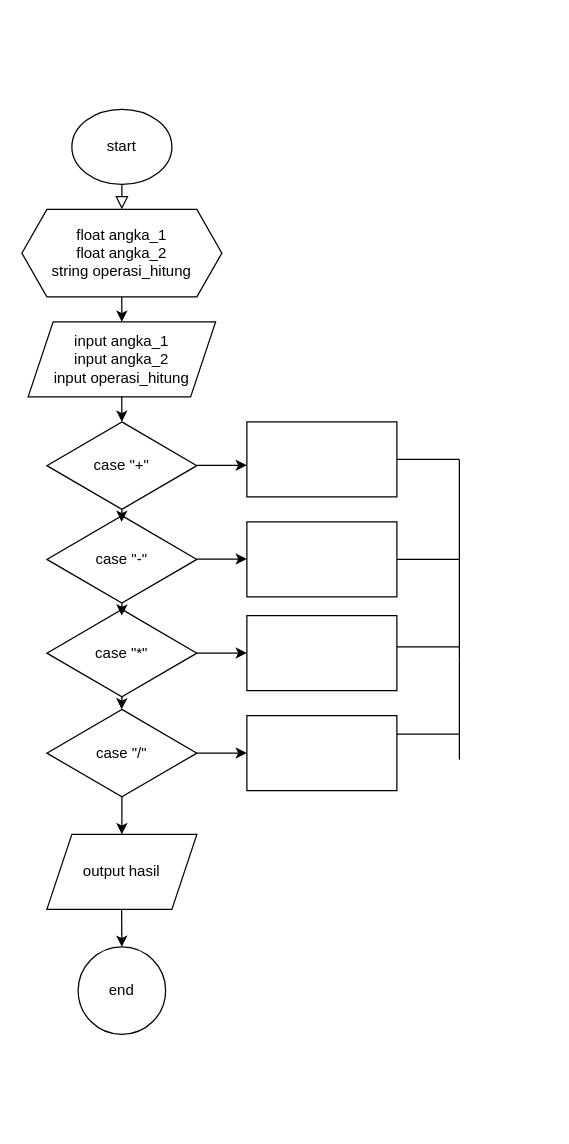
Above: Untitled Diagram.drawio in keidiedhere/MICRO-QUIZ-2 (draw.io), before the change. Source tidied: cells renumbered, new cells numbered last; positions are measured from the earlier drawing's top-left corner, leaving out a move shared by most shapes. Both pictures are drawn from the tidied source at 125%, with x=0, y=0 at pixel (21, 109).
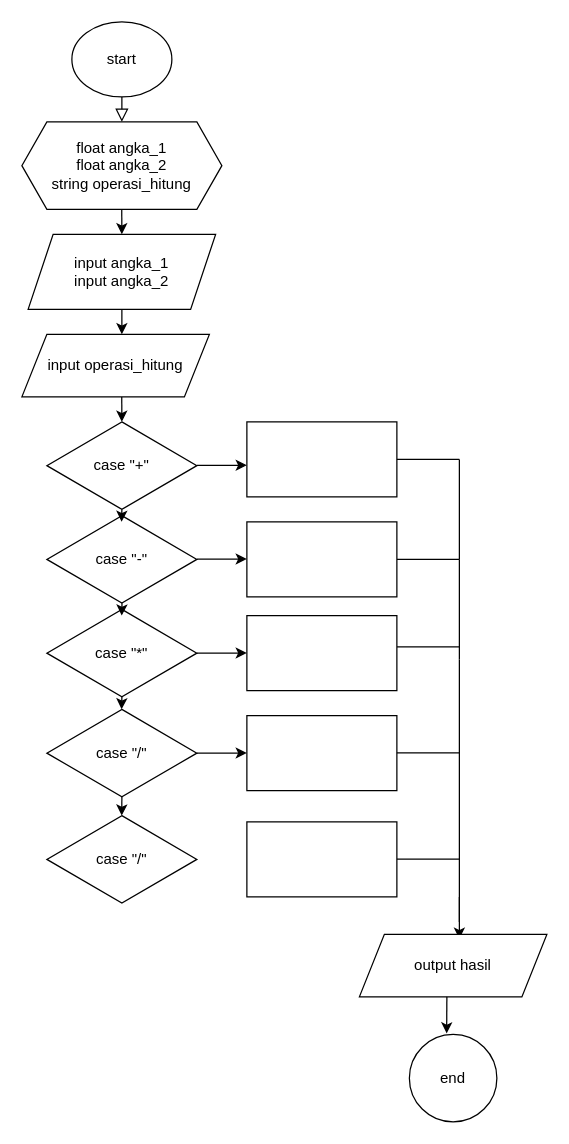
After the change.

Commit message:
Update flowchart calc

The change refers to these unchanged cells:
```xml
<mxCell id="27" value="case &quot;/&quot;" style="rhombus;whiteSpace=wrap;html=1;" parent="1" vertex="1">
  <mxGeometry x="20" y="480" width="120" height="70" as="geometry" />
</mxCell>
```

Diff of the diagram source:
```diff
@@
     <mxCell id="2" style="rounded=0;html=1;jettySize=auto;orthogonalLoop=1;fontSize=11;endArrow=block;endFill=0;endSize=8;strokeWidth=1;shadow=0;labelBackgroundColor=none;edgeStyle=orthogonalEdgeStyle;" parent="1" edge="1">
       <mxGeometry relative="1" as="geometry">
-        <mxPoint x="80" y="60" as="sourcePoint" />
-        <mxPoint x="80" y="80" as="targetPoint" />
+        <mxPoint x="80" y="-10" as="sourcePoint" />
+        <mxPoint x="80" y="10" as="targetPoint" />
       </mxGeometry>
     </mxCell>
     <mxCell id="3" value="start" style="ellipse;whiteSpace=wrap;html=1;" parent="1" vertex="1">
-      <mxGeometry x="40" width="80" height="60" as="geometry" />
+      <mxGeometry x="40" y="-70" width="80" height="60" as="geometry" />
     </mxCell>
     <mxCell id="4" style="endArrow=classic;html=1;rounded=0;" parent="1" edge="1">
       <mxGeometry relative="1" as="geometry">
-        <mxPoint x="79.9" y="150" as="sourcePoint" />
-        <mxPoint x="80" y="170" as="targetPoint" />
+        <mxPoint x="79.9" y="80" as="sourcePoint" />
+        <mxPoint x="80" y="100" as="targetPoint" />
       </mxGeometry>
     </mxCell>
     <mxCell id="5" value="&lt;div&gt;float angka_1&lt;/div&gt;&lt;div&gt;float angka_2&lt;/div&gt;&lt;div&gt;string operasi_hitung&lt;br&gt;&lt;/div&gt;" style="shape=hexagon;perimeter=hexagonPerimeter2;whiteSpace=wrap;html=1;fixedSize=1;" parent="1" vertex="1">
-      <mxGeometry y="80" width="160" height="70" as="geometry" />
+      <mxGeometry y="10" width="160" height="70" as="geometry" />
     </mxCell>
-    <mxCell id="6" value="&lt;div&gt;input angka_1&lt;/div&gt;&lt;div&gt;input angka_2&lt;/div&gt;&lt;div&gt;input operasi_hitung&lt;br&gt;&lt;/div&gt;" style="shape=parallelogram;perimeter=parallelogramPerimeter;whiteSpace=wrap;html=1;fixedSize=1;" parent="1" vertex="1">
-      <mxGeometry x="5" y="170" width="150" height="60" as="geometry" />
+    <mxCell id="6" value="&lt;div&gt;input angka_1&lt;/div&gt;&lt;div&gt;input angka_2&lt;/div&gt;" style="shape=parallelogram;perimeter=parallelogramPerimeter;whiteSpace=wrap;html=1;fixedSize=1;" parent="1" vertex="1">
+      <mxGeometry x="5" y="100" width="150" height="60" as="geometry" />
     </mxCell>
@@
-    <mxCell id="8" style="endArrow=classic;html=1;rounded=0;exitX=0.5;exitY=0.949;exitDx=0;exitDy=0;exitPerimeter=0;" parent="1" edge="1" source="27">
+    <mxCell id="8" style="endArrow=classic;html=1;rounded=0;exitX=0.5;exitY=0.949;exitDx=0;exitDy=0;exitPerimeter=0;" parent="1" edge="1">
       <mxGeometry relative="1" as="geometry">
-        <mxPoint x="80" y="580" as="targetPoint" />
+        <mxPoint x="350" y="630" as="sourcePoint" />
+        <mxPoint x="350" y="663.6" as="targetPoint" />
       </mxGeometry>
     </mxCell>
-    <mxCell id="9" value="output hasil" style="shape=parallelogram;perimeter=parallelogramPerimeter;whiteSpace=wrap;html=1;fixedSize=1;" parent="1" vertex="1">
-      <mxGeometry x="20" y="580" width="120" height="60" as="geometry" />
-    </mxCell>
-    <mxCell id="10" style="endArrow=classic;html=1;rounded=0;" parent="1" edge="1">
-      <mxGeometry relative="1" as="geometry">
-        <mxPoint x="79.8" y="640" as="sourcePoint" />
-        <mxPoint x="80" y="670" as="targetPoint" />
-      </mxGeometry>
-    </mxCell>
     <mxCell id="11" value="end" style="ellipse;whiteSpace=wrap;html=1;" parent="1" vertex="1">
-      <mxGeometry x="45" y="670" width="70" height="70" as="geometry" />
+      <mxGeometry x="310" y="740" width="70" height="70" as="geometry" />
     </mxCell>
@@
     <mxCell id="23" style="endArrow=none;html=1;rounded=0;" parent="1" edge="1">
       <mxGeometry relative="1" as="geometry">
-        <mxPoint x="350" y="520" as="sourcePoint" />
+        <mxPoint x="350" y="650" as="sourcePoint" />
         <mxPoint x="350" y="440" as="targetPoint" />
       </mxGeometry>
     </mxCell>
     <mxCell id="24" style="endArrow=none;html=1;rounded=0;" parent="1" edge="1">
       <mxGeometry relative="1" as="geometry">
-        <mxPoint x="300" y="499.7" as="sourcePoint" />
-        <mxPoint x="350" y="499.7" as="targetPoint" />
+        <mxPoint x="300" y="514.8" as="sourcePoint" />
+        <mxPoint x="350" y="514.8" as="targetPoint" />
       </mxGeometry>
     </mxCell>
@@
+    <mxCell id="34" style="rounded=0;whiteSpace=wrap;html=1;" parent="1" vertex="1">
+      <mxGeometry x="180" y="570" width="120" height="60" as="geometry" />
+    </mxCell>
+    <mxCell id="35" style="endArrow=none;html=1;rounded=0;" parent="1" edge="1">
+      <mxGeometry relative="1" as="geometry">
+        <mxPoint x="300" y="599.7" as="sourcePoint" />
+        <mxPoint x="350" y="599.7" as="targetPoint" />
+      </mxGeometry>
+    </mxCell>
+    <mxCell id="36" value="case &quot;/&quot;" style="rhombus;whiteSpace=wrap;html=1;" parent="1" vertex="1">
+      <mxGeometry x="20" y="565" width="120" height="70" as="geometry" />
+    </mxCell>
+    <mxCell id="37" style="endArrow=classic;html=1;rounded=0;exitX=0.5;exitY=1;exitDx=0;exitDy=0;" parent="1" edge="1" source="27">
+      <mxGeometry relative="1" as="geometry">
+        <mxPoint x="79.9" y="565" as="targetPoint" />
+      </mxGeometry>
+    </mxCell>
+    <mxCell id="38" style="endArrow=classic;html=1;rounded=0;" parent="1" edge="1">
+      <mxGeometry relative="1" as="geometry">
+        <mxPoint x="80" y="160" as="sourcePoint" />
+        <mxPoint x="80" y="180" as="targetPoint" />
+      </mxGeometry>
+    </mxCell>
+    <mxCell id="39" value="input operasi_hitung" style="shape=parallelogram;perimeter=parallelogramPerimeter;whiteSpace=wrap;html=1;fixedSize=1;" parent="1" vertex="1">
+      <mxGeometry y="180" width="150" height="50" as="geometry" />
+    </mxCell>
+    <mxCell id="9" value="output hasil" style="shape=parallelogram;perimeter=parallelogramPerimeter;whiteSpace=wrap;html=1;fixedSize=1;" parent="1" vertex="1">
+      <mxGeometry x="270" y="660" width="150" height="50" as="geometry" />
+    </mxCell>
+    <mxCell id="40" style="endArrow=classic;html=1;rounded=0;entryX=0.426;entryY=-0.011;entryDx=0;entryDy=0;entryPerimeter=0;" parent="1" edge="1" target="11">
+      <mxGeometry relative="1" as="geometry">
+        <mxPoint x="340" y="710" as="sourcePoint" />
+      </mxGeometry>
+    </mxCell>
```
